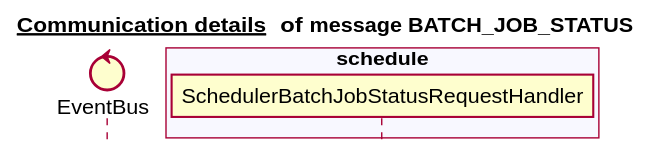
mercedes-benz/sechub keeps this PlantUML diagram as docs/latest/images/gen_domain_messaging_batch_job_status.svg. Above is the earlier version. Its diagram source:
```plantuml
@startuml


title __Communication details __ of **message BATCH_JOB_STATUS**
skinparam style strictuml


control EventBus
box "scan" #C8C8CF
end box
box "schedule" #F8F8FF
   participant SchedulerBatchJobStatusRequestHandler
end box
box "authorization" #C8C8CF
end box
box "administration" #F8F8FF
end box
box "notification" #C8C8CF
end box


@enduml
```
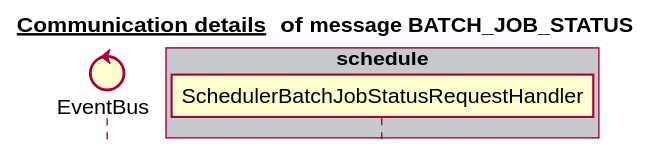
The same file after the commit.

The edit, as a diff of the source:
```diff
@@ -6,16 +6,16 @@
 
 
 control EventBus
-box "scan" #C8C8CF
-end box
-box "schedule" #F8F8FF
+box "schedule" #C8C8CF
    participant SchedulerBatchJobStatusRequestHandler
 end box
+box "scan" #F8F8FF
+end box
+box "administration" #C8C8CF
+end box
+box "notification" #F8F8FF
+end box
 box "authorization" #C8C8CF
-end box
-box "administration" #F8F8FF
-end box
-box "notification" #C8C8CF
 end box
 
 
```
